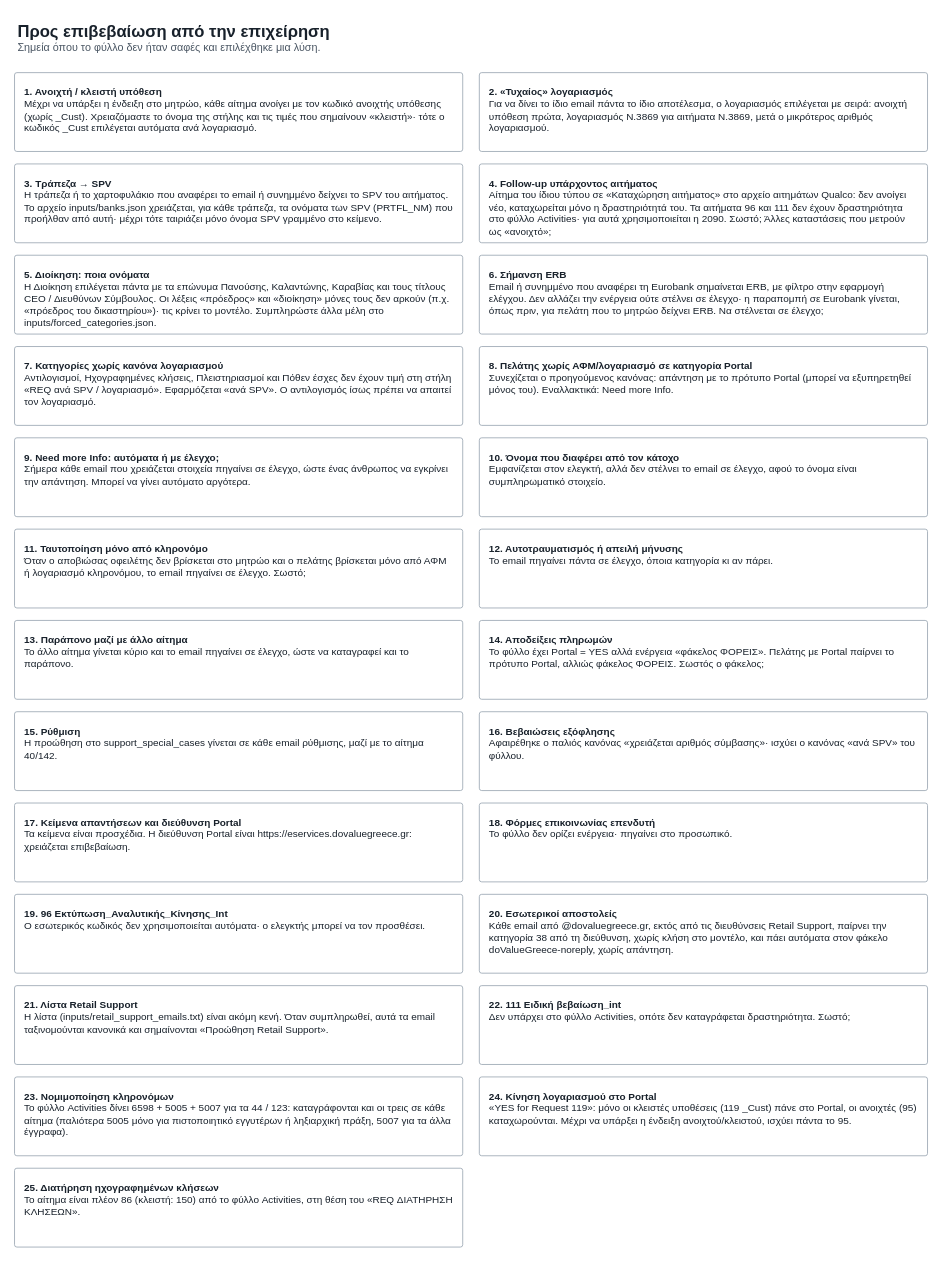
The draw.io diagram page "5 Προς επιβεβαίωση" (5 of 6) of docs/decision_rules.drawio in nicoleplak/email-classification, before the edit. Source tidied: cells renumbered, new cells numbered last; positions are measured from the earlier drawing's top-left corner, leaving out a move shared by most shapes. Both pictures are drawn from the tidied source at 83%, with x=0, y=0 at pixel (14, 14).
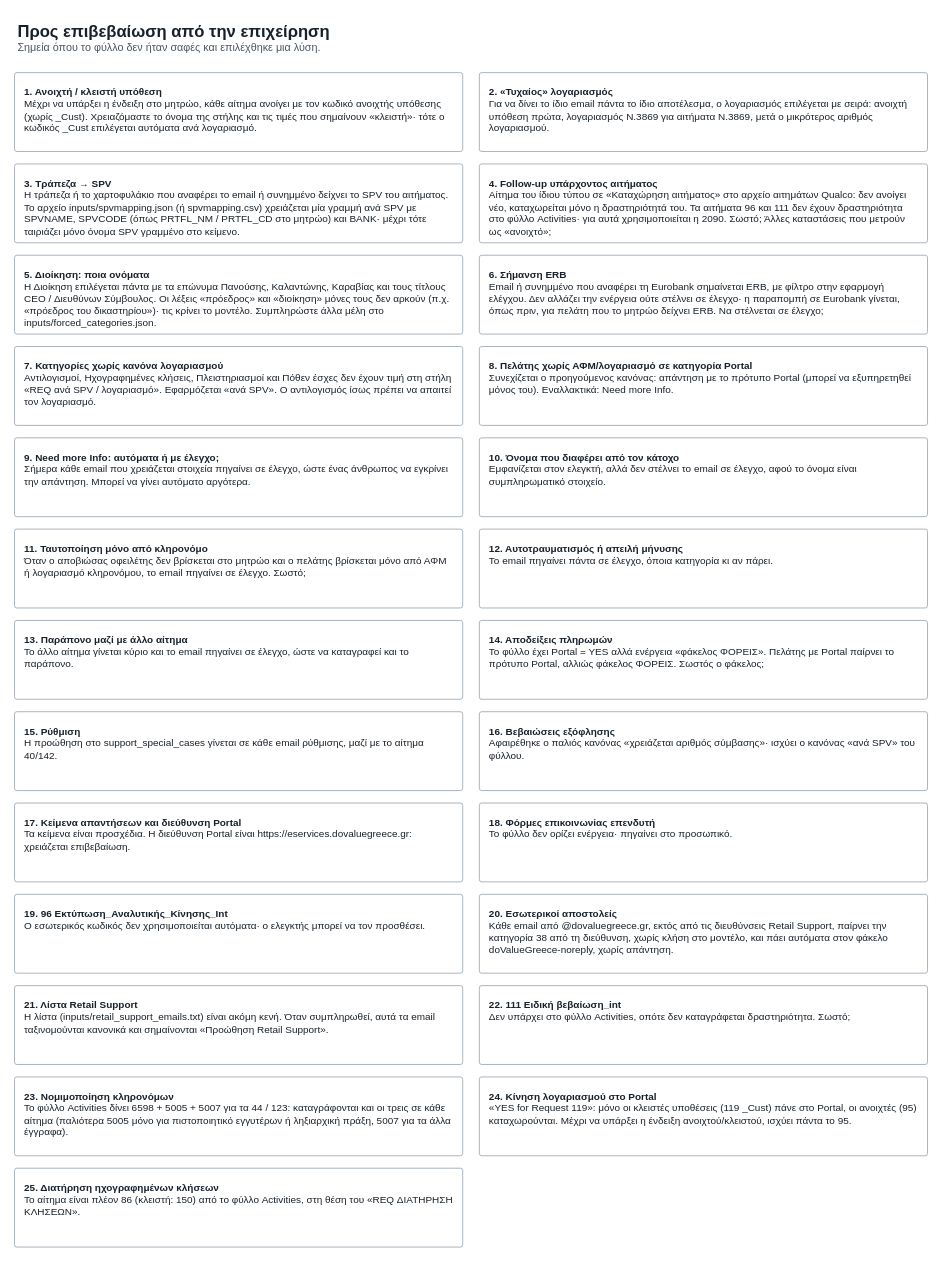
The same page after the edit.

Commit message (it also covers changes not shown here):
SPV mapping: banks.json becomes spvmapping.json with SPVNAME / SPVCODE

Diff of the diagram source:
```diff
@@
-    <mxCell id="5" value="&lt;b&gt;3. Τράπεζα → SPV&lt;/b&gt;&lt;br&gt;Η τράπεζα ή το χαρτοφυλάκιο που αναφέρει το email ή συνημμένο δείχνει το SPV του αιτήματος. Το αρχείο inputs/banks.json χρειάζεται, για κάθε τράπεζα, τα ονόματα των SPV (PRTFL_NM) που προήλθαν από αυτή· μέχρι τότε ταιριάζει μόνο όνομα SPV γραμμένο στο κείμενο." style="rounded=1;arcSize=3;whiteSpace=wrap;html=1;align=left;verticalAlign=top;spacing=12;fillColor=#FFFFFF;strokeColor=#9AA6B2;fontFamily=Helvetica;fontColor=#18212B;fontSize=12;fontSize=12;" parent="1" vertex="1">
+    <mxCell id="5" value="&lt;b&gt;3. Τράπεζα → SPV&lt;/b&gt;&lt;br&gt;Η τράπεζα ή το χαρτοφυλάκιο που αναφέρει το email ή συνημμένο δείχνει το SPV του αιτήματος. Το αρχείο inputs/spvmapping.json (ή spvmapping.csv) χρειάζεται μία γραμμή ανά SPV με SPVNAME, SPVCODE (όπως PRTFL_NM / PRTFL_CD στο μητρώο) και BANK· μέχρι τότε ταιριάζει μόνο όνομα SPV γραμμένο στο κείμενο." style="rounded=1;arcSize=3;whiteSpace=wrap;html=1;align=left;verticalAlign=top;spacing=12;fillColor=#FFFFFF;strokeColor=#9AA6B2;fontFamily=Helvetica;fontColor=#18212B;fontSize=12;fontSize=12;" parent="1" vertex="1">
       <mxGeometry y="180" width="540" height="95" as="geometry" />
     </mxCell>
```
